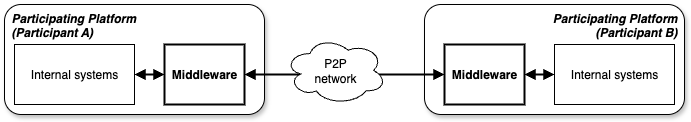
Before: assets/images/20250924-TN-00001_architecture.drawio.png, a diagram exported from draw.io (agribu/agribu.github.io). Source tidied: cells renumbered, new cells last; positions are measured from the earlier drawing's top-left corner, leaving out a move shared by most shapes.
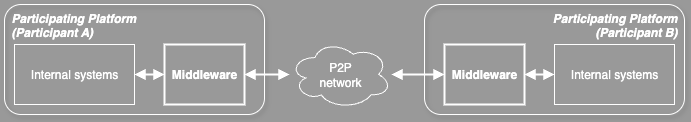
The same file after the commit.

What changed in the source:
```diff
@@ -1,36 +1,39 @@
-<mxGraphModel>
+<mxGraphModel background="#999999">
   <root>
     <mxCell id="0" />
     <mxCell id="1" parent="0" />
-    <mxCell id="2" value="Participating Platform &lt;br&gt;(Participant A)" style="rounded=1;whiteSpace=wrap;html=1;verticalAlign=top;fontStyle=3;align=left;spacingLeft=5;glass=0;shadow=1;" parent="1" vertex="1">
+    <mxCell id="2" value="Participating Platform &lt;br&gt;(Participant A)" style="rounded=1;whiteSpace=wrap;html=1;verticalAlign=top;fontStyle=3;align=left;spacingLeft=5;glass=0;shadow=1;fontColor=#FFFFFF;strokeColor=#FFFFFF;fillColor=none;" parent="1" vertex="1">
       <mxGeometry width="260" height="110" as="geometry" />
     </mxCell>
-    <mxCell id="3" value="Internal systems" style="rounded=0;whiteSpace=wrap;html=1;" parent="1" vertex="1">
+    <mxCell id="3" value="Internal systems" style="rounded=0;whiteSpace=wrap;html=1;fontColor=#FFFFFF;strokeColor=#FFFFFF;fillColor=none;" parent="1" vertex="1">
       <mxGeometry x="10" y="40" width="120" height="60" as="geometry" />
     </mxCell>
-    <mxCell id="4" value="&lt;b&gt;Middleware&lt;/b&gt;" style="whiteSpace=wrap;html=1;strokeWidth=2;" parent="1" vertex="1">
+    <mxCell id="4" value="&lt;b&gt;Middleware&lt;/b&gt;" style="whiteSpace=wrap;html=1;strokeWidth=2;fontColor=#FFFFFF;strokeColor=#FFFFFF;fillColor=none;" parent="1" vertex="1">
       <mxGeometry x="160" y="40" width="80" height="60" as="geometry" />
     </mxCell>
-    <mxCell id="5" style="endArrow=block;startArrow=block;html=1;rounded=0;startFill=1;endFill=1;strokeWidth=2;exitX=1;exitY=0.5;exitDx=0;exitDy=0;entryX=0;entryY=0.5;entryDx=0;entryDy=0;" parent="1" edge="1" source="3" target="4">
+    <mxCell id="5" style="endArrow=block;startArrow=block;html=1;rounded=0;startFill=1;endFill=1;strokeWidth=2;exitX=1;exitY=0.5;exitDx=0;exitDy=0;entryX=0;entryY=0.5;entryDx=0;entryDy=0;fontColor=#FFFFFF;strokeColor=#FFFFFF;" parent="1" edge="1" source="3" target="4">
       <mxGeometry relative="1" as="geometry" />
     </mxCell>
-    <mxCell id="6" value="Participating Platform &lt;br&gt;(Participant B)" style="rounded=1;whiteSpace=wrap;html=1;verticalAlign=top;fontStyle=3;align=right;spacingLeft=5;spacingRight=5;glass=0;shadow=1;" parent="1" vertex="1">
+    <mxCell id="6" value="Participating Platform &lt;br&gt;(Participant B)" style="rounded=1;whiteSpace=wrap;html=1;verticalAlign=top;fontStyle=3;align=right;spacingLeft=5;spacingRight=5;glass=0;shadow=1;fontColor=#FFFFFF;strokeColor=#FFFFFF;fillColor=none;" parent="1" vertex="1">
       <mxGeometry x="420" width="260" height="110" as="geometry" />
     </mxCell>
-    <mxCell id="7" value="Internal systems" style="rounded=0;whiteSpace=wrap;html=1;" parent="1" vertex="1">
+    <mxCell id="7" value="Internal systems" style="rounded=0;whiteSpace=wrap;html=1;fontColor=#FFFFFF;strokeColor=#FFFFFF;fillColor=none;" parent="1" vertex="1">
       <mxGeometry x="550" y="40" width="120" height="60" as="geometry" />
     </mxCell>
-    <mxCell id="8" value="Middleware" style="whiteSpace=wrap;html=1;strokeWidth=2;fontStyle=1;" parent="1" vertex="1">
+    <mxCell id="8" value="Middleware" style="whiteSpace=wrap;html=1;strokeWidth=2;fontStyle=1;fontColor=#FFFFFF;strokeColor=#FFFFFF;fillColor=none;" parent="1" vertex="1">
       <mxGeometry x="440" y="40" width="80" height="60" as="geometry" />
     </mxCell>
-    <mxCell id="9" style="endArrow=block;startArrow=block;html=1;rounded=0;startFill=1;endFill=1;strokeWidth=2;entryX=0;entryY=0.5;entryDx=0;entryDy=0;exitX=1;exitY=0.5;exitDx=0;exitDy=0;" parent="1" edge="1" source="8" target="7">
+    <mxCell id="9" style="endArrow=block;startArrow=block;html=1;rounded=0;startFill=1;endFill=1;strokeWidth=2;entryX=0;entryY=0.5;entryDx=0;entryDy=0;exitX=1;exitY=0.5;exitDx=0;exitDy=0;fontColor=#FFFFFF;strokeColor=#FFFFFF;" parent="1" edge="1" source="8" target="7">
       <mxGeometry relative="1" as="geometry" />
     </mxCell>
-    <mxCell id="10" style="endArrow=block;startArrow=block;html=1;rounded=0;startFill=1;endFill=1;strokeWidth=2;entryX=0;entryY=0.5;entryDx=0;entryDy=0;exitX=1;exitY=0.5;exitDx=0;exitDy=0;" parent="1" edge="1" source="4" target="8">
+    <mxCell id="10" style="endArrow=block;startArrow=block;html=1;rounded=0;startFill=1;endFill=1;strokeWidth=2;entryX=0;entryY=0.5;entryDx=0;entryDy=0;exitX=1;exitY=0.5;exitDx=0;exitDy=0;fontColor=#FFFFFF;strokeColor=#FFFFFF;" parent="1" edge="1" source="11" target="8">
       <mxGeometry relative="1" as="geometry" />
     </mxCell>
+    <mxCell id="12" style="endArrow=block;startArrow=block;html=1;rounded=0;startFill=1;endFill=1;strokeWidth=2;entryX=0;entryY=0.5;entryDx=0;entryDy=0;exitX=1;exitY=0.5;exitDx=0;exitDy=0;fontColor=#FFFFFF;strokeColor=#FFFFFF;" parent="1" edge="1" source="4" target="11">
+      <mxGeometry relative="1" as="geometry" />
+    </mxCell>
-    <mxCell id="11" value="P2P&lt;br&gt;network" style="ellipse;shape=cloud;whiteSpace=wrap;html=1;" parent="1" vertex="1">
-      <mxGeometry x="280" y="32" width="102" height="68" as="geometry" />
+    <mxCell id="11" value="P2P&lt;br&gt;network" style="ellipse;shape=cloud;whiteSpace=wrap;html=1;fontColor=#FFFFFF;strokeColor=#FFFFFF;fillColor=none;" parent="1" vertex="1">
+      <mxGeometry x="285" y="36" width="102" height="68" as="geometry" />
     </mxCell>
   </root>
 </mxGraphModel>
```
